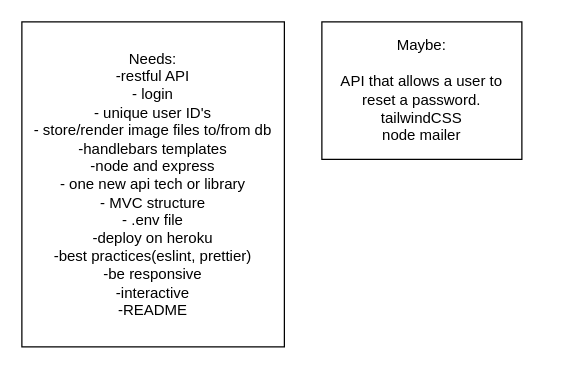
The draw.io diagram page "Page-1" (1 of 3) of .dio in eljayman/pet-feed, before the edit. Source tidied: cells renumbered, new cells numbered last; positions are measured from the earlier drawing's top-left corner, leaving out a move shared by most shapes. Both pictures are drawn from the tidied source at 125%, with x=0, y=0 at pixel (21, 21).
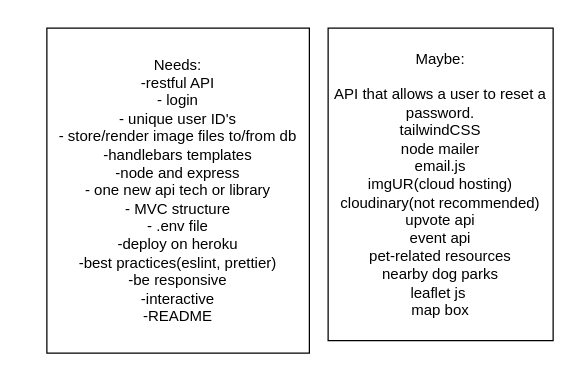
Above is the later version.

Diff of the diagram source:
```diff
@@
 <mxGraphModel>
   <root>
     <mxCell id="0" />
     <mxCell id="1" parent="0" />
     <mxCell id="2" value="Needs:&lt;br&gt;-restful API&lt;br&gt;- login&lt;br&gt;- unique user ID's&lt;br&gt;- store/render image files to/from db&lt;br&gt;-handlebars templates&lt;br&gt;-node and express&lt;br&gt;- one new api tech or library&lt;br&gt;- MVC structure&lt;br&gt;- .env file&lt;br&gt;-deploy on heroku&lt;br&gt;-best practices(eslint, prettier)&lt;br&gt;-be responsive&lt;br&gt;-interactive&lt;br&gt;-README" style="rounded=0;whiteSpace=wrap;html=1;" parent="1" vertex="1">
-      <mxGeometry width="210" height="260" as="geometry" />
+      <mxGeometry x="20" y="5" width="210" height="260" as="geometry" />
     </mxCell>
-    <mxCell id="3" value="Maybe:&lt;br&gt;&lt;br&gt;API that allows a user to reset a password.&lt;br&gt;tailwindCSS&lt;br&gt;node mailer" style="rounded=0;whiteSpace=wrap;html=1;" parent="1" vertex="1">
-      <mxGeometry x="240" width="160" height="110" as="geometry" />
+    <mxCell id="3" value="Maybe:&lt;br&gt;&lt;br&gt;API that allows a user to reset a password.&lt;br&gt;tailwindCSS&lt;br&gt;node mailer&lt;br&gt;email.js&lt;br&gt;imgUR(cloud hosting)&lt;br&gt;cloudinary(not recommended)&lt;br&gt;upvote api&lt;br&gt;event api&lt;br&gt;pet-related resources&lt;br&gt;nearby dog parks&lt;br&gt;leaflet js&amp;nbsp;&lt;br&gt;map box" style="rounded=0;whiteSpace=wrap;html=1;" parent="1" vertex="1">
+      <mxGeometry x="245" y="5" width="180" height="250" as="geometry" />
     </mxCell>
   </root>
 </mxGraphModel>
```
